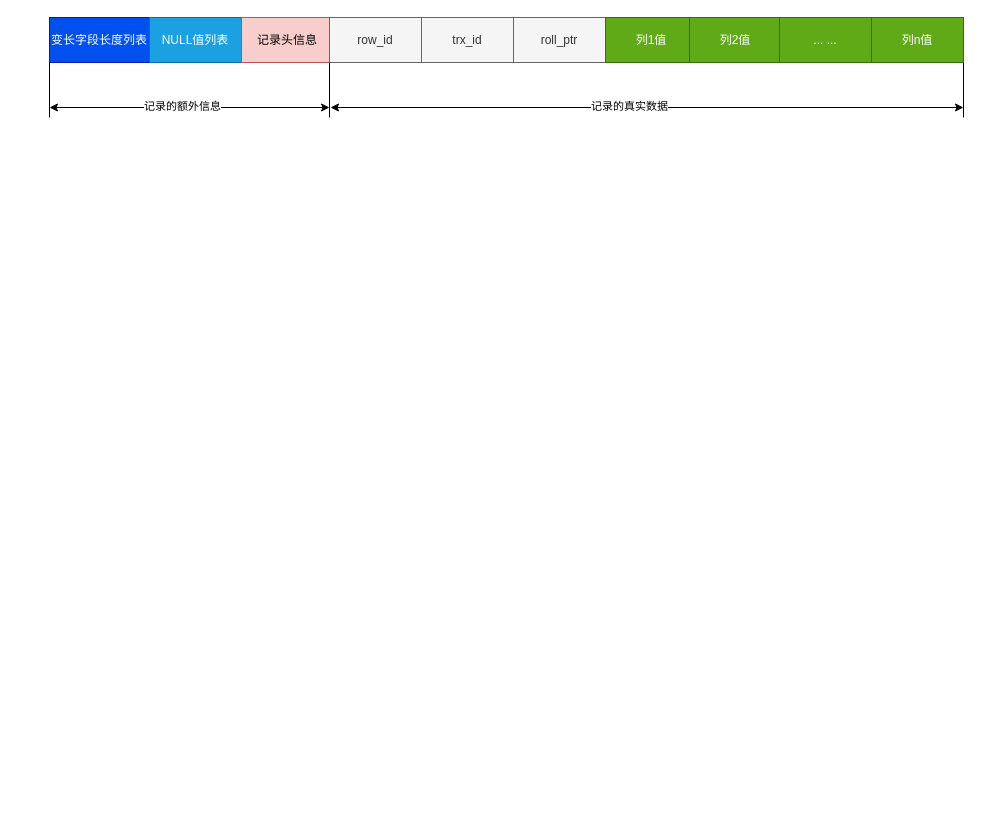
demonran/draw-image keeps this draw.io diagram as Compact行格式.drawio. Above is the earlier version. Source tidied: cells renumbered, new cells numbered last; positions are measured from the earlier drawing's top-left corner, leaving out a move shared by most shapes. Both pictures are drawn from the tidied source at 100%, with x=0, y=0 at pixel (49, 17).
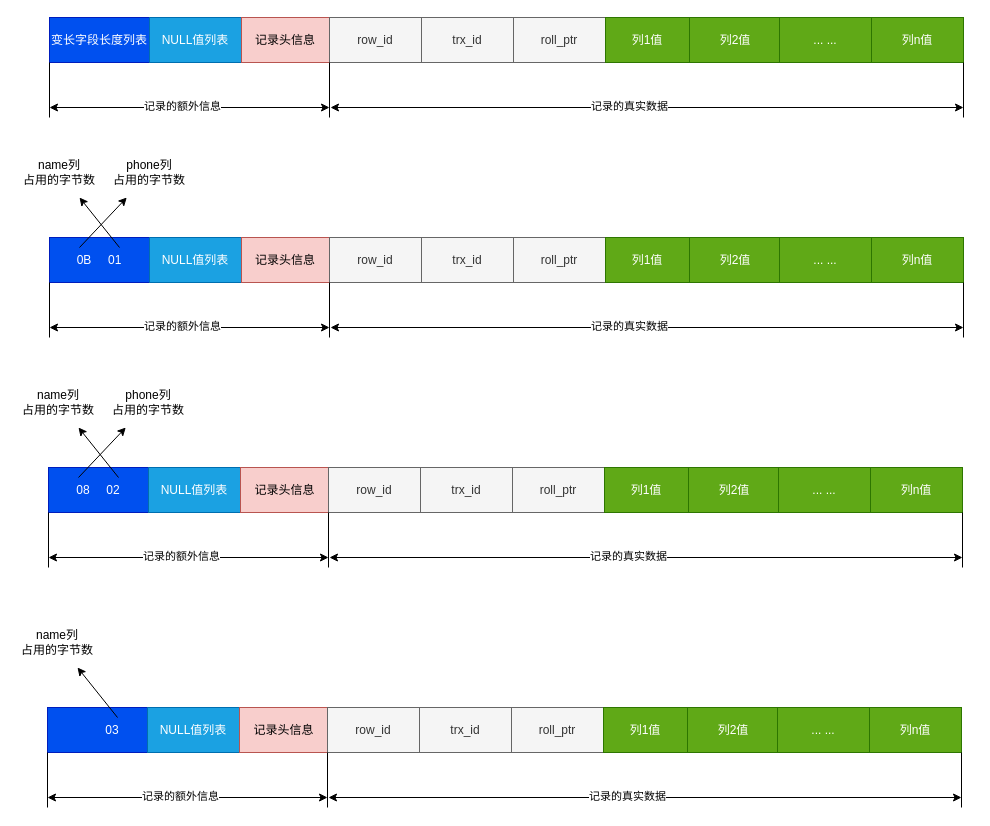
The same page after the edit.

Commit message:
更新Compact行格式.drawio

Change to the diagram source:
```diff
@@
     <mxCell id="4" value="记录头信息" style="rounded=0;whiteSpace=wrap;html=1;fillColor=#f8cecc;strokeColor=#b85450;" parent="1" vertex="1">
-      <mxGeometry x="192" width="92" height="45" as="geometry" />
+      <mxGeometry x="192" width="88" height="45" as="geometry" />
     </mxCell>
@@
     <mxCell id="8" value="列1值" style="rounded=0;whiteSpace=wrap;html=1;fillColor=#60a917;fontColor=#ffffff;strokeColor=#2D7600;" parent="1" vertex="1">
-      <mxGeometry x="556" width="92" height="45" as="geometry" />
+      <mxGeometry x="556" width="84" height="45" as="geometry" />
     </mxCell>
@@
+    <mxCell id="19" value="0B&amp;nbsp; &amp;nbsp; &amp;nbsp;01" style="rounded=0;whiteSpace=wrap;html=1;fillColor=#0050ef;fontColor=#ffffff;strokeColor=#001DBC;" parent="1" vertex="1">
+      <mxGeometry y="220" width="100" height="45" as="geometry" />
+    </mxCell>
+    <mxCell id="20" value="NULL值列表" style="rounded=0;whiteSpace=wrap;html=1;fillColor=#1ba1e2;fontColor=#ffffff;strokeColor=#006EAF;" parent="1" vertex="1">
+      <mxGeometry x="100" y="220" width="92" height="45" as="geometry" />
+    </mxCell>
+    <mxCell id="21" value="记录头信息" style="rounded=0;whiteSpace=wrap;html=1;fillColor=#f8cecc;strokeColor=#b85450;" parent="1" vertex="1">
+      <mxGeometry x="192" y="220" width="88" height="45" as="geometry" />
+    </mxCell>
+    <mxCell id="22" value="row_id" style="rounded=0;whiteSpace=wrap;html=1;fillColor=#f5f5f5;fontColor=#333333;strokeColor=#666666;" parent="1" vertex="1">
+      <mxGeometry x="280" y="220" width="92" height="45" as="geometry" />
+    </mxCell>
+    <mxCell id="23" value="trx_id" style="rounded=0;whiteSpace=wrap;html=1;fillColor=#f5f5f5;fontColor=#333333;strokeColor=#666666;" parent="1" vertex="1">
+      <mxGeometry x="372" y="220" width="92" height="45" as="geometry" />
+    </mxCell>
+    <mxCell id="24" value="roll_ptr" style="rounded=0;whiteSpace=wrap;html=1;fillColor=#f5f5f5;fontColor=#333333;strokeColor=#666666;" parent="1" vertex="1">
+      <mxGeometry x="464" y="220" width="92" height="45" as="geometry" />
+    </mxCell>
+    <mxCell id="25" value="列1值" style="rounded=0;whiteSpace=wrap;html=1;fillColor=#60a917;fontColor=#ffffff;strokeColor=#2D7600;" parent="1" vertex="1">
+      <mxGeometry x="556" y="220" width="84" height="45" as="geometry" />
+    </mxCell>
+    <mxCell id="26" value="列2值" style="rounded=0;whiteSpace=wrap;html=1;fillColor=#60a917;fontColor=#ffffff;strokeColor=#2D7600;" parent="1" vertex="1">
+      <mxGeometry x="640" y="220" width="92" height="45" as="geometry" />
+    </mxCell>
+    <mxCell id="27" value="... ..." style="rounded=0;whiteSpace=wrap;html=1;fillColor=#60a917;fontColor=#ffffff;strokeColor=#2D7600;" parent="1" vertex="1">
+      <mxGeometry x="730" y="220" width="92" height="45" as="geometry" />
+    </mxCell>
+    <mxCell id="28" value="列n值" style="rounded=0;whiteSpace=wrap;html=1;fillColor=#60a917;fontColor=#ffffff;strokeColor=#2D7600;" parent="1" vertex="1">
+      <mxGeometry x="822" y="220" width="92" height="45" as="geometry" />
+    </mxCell>
+    <mxCell id="29" style="endArrow=classic;startArrow=classic;html=1;rounded=0;" parent="1" edge="1">
+      <mxGeometry relative="1" as="geometry">
+        <mxPoint y="310" as="sourcePoint" />
+        <mxPoint x="280" y="310" as="targetPoint" />
+      </mxGeometry>
+    </mxCell>
+    <mxCell id="30" value="记录的额外信息" style="edgeLabel;html=1;align=center;verticalAlign=middle;" parent="29" vertex="1">
+      <mxGeometry x="-0.06" y="2" relative="1" as="geometry" />
+    </mxCell>
+    <mxCell id="31" style="endArrow=none;html=1;rounded=0;entryX=0;entryY=1;entryDx=0;entryDy=0;" parent="1" edge="1" target="19">
+      <mxGeometry relative="1" as="geometry">
+        <mxPoint y="320" as="sourcePoint" />
+      </mxGeometry>
+    </mxCell>
+    <mxCell id="32" style="endArrow=none;html=1;rounded=0;entryX=0;entryY=1;entryDx=0;entryDy=0;" parent="1" edge="1" target="22">
+      <mxGeometry relative="1" as="geometry">
+        <mxPoint x="280" y="320" as="sourcePoint" />
+      </mxGeometry>
+    </mxCell>
+    <mxCell id="33" style="endArrow=none;html=1;rounded=0;entryX=0;entryY=1;entryDx=0;entryDy=0;" parent="1" edge="1">
+      <mxGeometry relative="1" as="geometry">
+        <mxPoint x="914" y="320" as="sourcePoint" />
+        <mxPoint x="914" y="265" as="targetPoint" />
+      </mxGeometry>
+    </mxCell>
+    <mxCell id="34" style="endArrow=classic;startArrow=classic;html=1;rounded=0;" parent="1" edge="1">
+      <mxGeometry relative="1" as="geometry">
+        <mxPoint x="281" y="310" as="sourcePoint" />
+        <mxPoint x="914" y="310" as="targetPoint" />
+      </mxGeometry>
+    </mxCell>
+    <mxCell id="35" value="记录的真实数据" style="edgeLabel;html=1;align=center;verticalAlign=middle;" parent="34" vertex="1">
+      <mxGeometry x="-0.06" y="2" relative="1" as="geometry" />
+    </mxCell>
+    <mxCell id="36" style="endArrow=classic;html=1;rounded=0;entryX=0.5;entryY=1;entryDx=0;entryDy=0;" parent="1" edge="1">
+      <mxGeometry relative="1" as="geometry">
+        <mxPoint x="30" y="230" as="sourcePoint" />
+        <mxPoint x="77.3" y="180" as="targetPoint" />
+      </mxGeometry>
+    </mxCell>
+    <mxCell id="37" value="phone列&lt;br&gt;占用的字节数" style="text;html=1;strokeColor=none;fillColor=none;align=center;verticalAlign=middle;whiteSpace=wrap;rounded=0;" parent="1" vertex="1">
+      <mxGeometry x="60" y="140" width="80" height="30" as="geometry" />
+    </mxCell>
+    <mxCell id="38" style="endArrow=classic;html=1;rounded=0;" parent="1" edge="1">
+      <mxGeometry relative="1" as="geometry">
+        <mxPoint x="70" y="230" as="sourcePoint" />
+        <mxPoint x="30" y="180" as="targetPoint" />
+      </mxGeometry>
+    </mxCell>
+    <mxCell id="39" value="name列&lt;br&gt;占用的字节数" style="text;html=1;strokeColor=none;fillColor=none;align=center;verticalAlign=middle;whiteSpace=wrap;rounded=0;" parent="1" vertex="1">
+      <mxGeometry x="-30" y="140" width="80" height="30" as="geometry" />
+    </mxCell>
+    <mxCell id="40" value="08&amp;nbsp; &amp;nbsp; &amp;nbsp;02" style="rounded=0;whiteSpace=wrap;html=1;fillColor=#0050ef;fontColor=#ffffff;strokeColor=#001DBC;" parent="1" vertex="1">
+      <mxGeometry x="-1" y="450" width="100" height="45" as="geometry" />
+    </mxCell>
+    <mxCell id="41" value="NULL值列表" style="rounded=0;whiteSpace=wrap;html=1;fillColor=#1ba1e2;fontColor=#ffffff;strokeColor=#006EAF;" parent="1" vertex="1">
+      <mxGeometry x="99" y="450" width="92" height="45" as="geometry" />
+    </mxCell>
+    <mxCell id="42" value="记录头信息" style="rounded=0;whiteSpace=wrap;html=1;fillColor=#f8cecc;strokeColor=#b85450;" parent="1" vertex="1">
+      <mxGeometry x="191" y="450" width="89" height="45" as="geometry" />
+    </mxCell>
+    <mxCell id="43" value="row_id" style="rounded=0;whiteSpace=wrap;html=1;fillColor=#f5f5f5;fontColor=#333333;strokeColor=#666666;" parent="1" vertex="1">
+      <mxGeometry x="279" y="450" width="92" height="45" as="geometry" />
+    </mxCell>
+    <mxCell id="44" value="trx_id" style="rounded=0;whiteSpace=wrap;html=1;fillColor=#f5f5f5;fontColor=#333333;strokeColor=#666666;" parent="1" vertex="1">
+      <mxGeometry x="371" y="450" width="92" height="45" as="geometry" />
+    </mxCell>
+    <mxCell id="45" value="roll_ptr" style="rounded=0;whiteSpace=wrap;html=1;fillColor=#f5f5f5;fontColor=#333333;strokeColor=#666666;" parent="1" vertex="1">
+      <mxGeometry x="463" y="450" width="92" height="45" as="geometry" />
+    </mxCell>
+    <mxCell id="46" value="列1值" style="rounded=0;whiteSpace=wrap;html=1;fillColor=#60a917;fontColor=#ffffff;strokeColor=#2D7600;" parent="1" vertex="1">
+      <mxGeometry x="555" y="450" width="84" height="45" as="geometry" />
+    </mxCell>
+    <mxCell id="47" value="列2值" style="rounded=0;whiteSpace=wrap;html=1;fillColor=#60a917;fontColor=#ffffff;strokeColor=#2D7600;" parent="1" vertex="1">
+      <mxGeometry x="639" y="450" width="92" height="45" as="geometry" />
+    </mxCell>
+    <mxCell id="48" value="... ..." style="rounded=0;whiteSpace=wrap;html=1;fillColor=#60a917;fontColor=#ffffff;strokeColor=#2D7600;" parent="1" vertex="1">
+      <mxGeometry x="729" y="450" width="92" height="45" as="geometry" />
+    </mxCell>
+    <mxCell id="49" value="列n值" style="rounded=0;whiteSpace=wrap;html=1;fillColor=#60a917;fontColor=#ffffff;strokeColor=#2D7600;" parent="1" vertex="1">
+      <mxGeometry x="821" y="450" width="92" height="45" as="geometry" />
+    </mxCell>
+    <mxCell id="50" style="endArrow=classic;startArrow=classic;html=1;rounded=0;" parent="1" edge="1">
+      <mxGeometry relative="1" as="geometry">
+        <mxPoint x="-1" y="540" as="sourcePoint" />
+        <mxPoint x="279" y="540" as="targetPoint" />
+      </mxGeometry>
+    </mxCell>
+    <mxCell id="51" value="记录的额外信息" style="edgeLabel;html=1;align=center;verticalAlign=middle;" parent="50" vertex="1">
+      <mxGeometry x="-0.06" y="2" relative="1" as="geometry" />
+    </mxCell>
+    <mxCell id="52" style="endArrow=none;html=1;rounded=0;entryX=0;entryY=1;entryDx=0;entryDy=0;" parent="1" edge="1" target="40">
+      <mxGeometry relative="1" as="geometry">
+        <mxPoint x="-1" y="550" as="sourcePoint" />
+      </mxGeometry>
+    </mxCell>
+    <mxCell id="53" style="endArrow=none;html=1;rounded=0;entryX=0;entryY=1;entryDx=0;entryDy=0;" parent="1" edge="1" target="43">
+      <mxGeometry relative="1" as="geometry">
+        <mxPoint x="279" y="550" as="sourcePoint" />
+      </mxGeometry>
+    </mxCell>
+    <mxCell id="54" style="endArrow=none;html=1;rounded=0;entryX=0;entryY=1;entryDx=0;entryDy=0;" parent="1" edge="1">
+      <mxGeometry relative="1" as="geometry">
+        <mxPoint x="913" y="550" as="sourcePoint" />
+        <mxPoint x="913" y="495" as="targetPoint" />
+      </mxGeometry>
+    </mxCell>
+    <mxCell id="55" style="endArrow=classic;startArrow=classic;html=1;rounded=0;" parent="1" edge="1">
+      <mxGeometry relative="1" as="geometry">
+        <mxPoint x="280" y="540" as="sourcePoint" />
+        <mxPoint x="913" y="540" as="targetPoint" />
+      </mxGeometry>
+    </mxCell>
+    <mxCell id="56" value="记录的真实数据" style="edgeLabel;html=1;align=center;verticalAlign=middle;" parent="55" vertex="1">
+      <mxGeometry x="-0.06" y="2" relative="1" as="geometry" />
+    </mxCell>
+    <mxCell id="57" style="endArrow=classic;html=1;rounded=0;entryX=0.5;entryY=1;entryDx=0;entryDy=0;" parent="1" edge="1">
+      <mxGeometry relative="1" as="geometry">
+        <mxPoint x="29" y="460" as="sourcePoint" />
+        <mxPoint x="76.3" y="410" as="targetPoint" />
+      </mxGeometry>
+    </mxCell>
+    <mxCell id="58" value="phone列&lt;br&gt;占用的字节数" style="text;html=1;strokeColor=none;fillColor=none;align=center;verticalAlign=middle;whiteSpace=wrap;rounded=0;" parent="1" vertex="1">
+      <mxGeometry x="59" y="370" width="80" height="30" as="geometry" />
+    </mxCell>
+    <mxCell id="59" style="endArrow=classic;html=1;rounded=0;" parent="1" edge="1">
+      <mxGeometry relative="1" as="geometry">
+        <mxPoint x="69" y="460" as="sourcePoint" />
+        <mxPoint x="29" y="410" as="targetPoint" />
+      </mxGeometry>
+    </mxCell>
+    <mxCell id="60" value="name列&lt;br&gt;占用的字节数" style="text;html=1;strokeColor=none;fillColor=none;align=center;verticalAlign=middle;whiteSpace=wrap;rounded=0;" parent="1" vertex="1">
+      <mxGeometry x="-31" y="370" width="80" height="30" as="geometry" />
+    </mxCell>
+    <mxCell id="61" value="&amp;nbsp; &amp;nbsp; &amp;nbsp; &amp;nbsp; &amp;nbsp;03" style="rounded=0;whiteSpace=wrap;html=1;fillColor=#0050ef;fontColor=#ffffff;strokeColor=#001DBC;" parent="1" vertex="1">
+      <mxGeometry x="-2" y="690" width="100" height="45" as="geometry" />
+    </mxCell>
+    <mxCell id="62" value="NULL值列表" style="rounded=0;whiteSpace=wrap;html=1;fillColor=#1ba1e2;fontColor=#ffffff;strokeColor=#006EAF;" parent="1" vertex="1">
+      <mxGeometry x="98" y="690" width="92" height="45" as="geometry" />
+    </mxCell>
+    <mxCell id="63" value="记录头信息" style="rounded=0;whiteSpace=wrap;html=1;fillColor=#f8cecc;strokeColor=#b85450;" parent="1" vertex="1">
+      <mxGeometry x="190" y="690" width="89" height="45" as="geometry" />
+    </mxCell>
+    <mxCell id="64" value="row_id" style="rounded=0;whiteSpace=wrap;html=1;fillColor=#f5f5f5;fontColor=#333333;strokeColor=#666666;" parent="1" vertex="1">
+      <mxGeometry x="278" y="690" width="92" height="45" as="geometry" />
+    </mxCell>
+    <mxCell id="65" value="trx_id" style="rounded=0;whiteSpace=wrap;html=1;fillColor=#f5f5f5;fontColor=#333333;strokeColor=#666666;" parent="1" vertex="1">
+      <mxGeometry x="370" y="690" width="92" height="45" as="geometry" />
+    </mxCell>
+    <mxCell id="66" value="roll_ptr" style="rounded=0;whiteSpace=wrap;html=1;fillColor=#f5f5f5;fontColor=#333333;strokeColor=#666666;" parent="1" vertex="1">
+      <mxGeometry x="462" y="690" width="92" height="45" as="geometry" />
+    </mxCell>
+    <mxCell id="67" value="列1值" style="rounded=0;whiteSpace=wrap;html=1;fillColor=#60a917;fontColor=#ffffff;strokeColor=#2D7600;" parent="1" vertex="1">
+      <mxGeometry x="554" y="690" width="84" height="45" as="geometry" />
+    </mxCell>
+    <mxCell id="68" value="列2值" style="rounded=0;whiteSpace=wrap;html=1;fillColor=#60a917;fontColor=#ffffff;strokeColor=#2D7600;" parent="1" vertex="1">
+      <mxGeometry x="638" y="690" width="92" height="45" as="geometry" />
+    </mxCell>
+    <mxCell id="69" value="... ..." style="rounded=0;whiteSpace=wrap;html=1;fillColor=#60a917;fontColor=#ffffff;strokeColor=#2D7600;" parent="1" vertex="1">
+      <mxGeometry x="728" y="690" width="92" height="45" as="geometry" />
+    </mxCell>
+    <mxCell id="70" value="列n值" style="rounded=0;whiteSpace=wrap;html=1;fillColor=#60a917;fontColor=#ffffff;strokeColor=#2D7600;" parent="1" vertex="1">
+      <mxGeometry x="820" y="690" width="92" height="45" as="geometry" />
+    </mxCell>
+    <mxCell id="71" style="endArrow=classic;startArrow=classic;html=1;rounded=0;" parent="1" edge="1">
+      <mxGeometry relative="1" as="geometry">
+        <mxPoint x="-2" y="780" as="sourcePoint" />
+        <mxPoint x="278" y="780" as="targetPoint" />
+      </mxGeometry>
+    </mxCell>
+    <mxCell id="72" value="记录的额外信息" style="edgeLabel;html=1;align=center;verticalAlign=middle;" parent="71" vertex="1">
+      <mxGeometry x="-0.06" y="2" relative="1" as="geometry" />
+    </mxCell>
+    <mxCell id="73" style="endArrow=none;html=1;rounded=0;entryX=0;entryY=1;entryDx=0;entryDy=0;" parent="1" edge="1" target="61">
+      <mxGeometry relative="1" as="geometry">
+        <mxPoint x="-2" y="790" as="sourcePoint" />
+      </mxGeometry>
+    </mxCell>
+    <mxCell id="74" style="endArrow=none;html=1;rounded=0;entryX=0;entryY=1;entryDx=0;entryDy=0;" parent="1" edge="1" target="64">
+      <mxGeometry relative="1" as="geometry">
+        <mxPoint x="278" y="790" as="sourcePoint" />
+      </mxGeometry>
+    </mxCell>
+    <mxCell id="75" style="endArrow=none;html=1;rounded=0;entryX=0;entryY=1;entryDx=0;entryDy=0;" parent="1" edge="1">
+      <mxGeometry relative="1" as="geometry">
+        <mxPoint x="912" y="790" as="sourcePoint" />
+        <mxPoint x="912" y="735" as="targetPoint" />
+      </mxGeometry>
+    </mxCell>
+    <mxCell id="76" style="endArrow=classic;startArrow=classic;html=1;rounded=0;" parent="1" edge="1">
+      <mxGeometry relative="1" as="geometry">
+        <mxPoint x="279" y="780" as="sourcePoint" />
+        <mxPoint x="912" y="780" as="targetPoint" />
+      </mxGeometry>
+    </mxCell>
+    <mxCell id="77" value="记录的真实数据" style="edgeLabel;html=1;align=center;verticalAlign=middle;" parent="76" vertex="1">
+      <mxGeometry x="-0.06" y="2" relative="1" as="geometry" />
+    </mxCell>
+    <mxCell id="78" style="endArrow=classic;html=1;rounded=0;" parent="1" edge="1">
+      <mxGeometry relative="1" as="geometry">
+        <mxPoint x="68" y="700" as="sourcePoint" />
+        <mxPoint x="28" y="650" as="targetPoint" />
+      </mxGeometry>
+    </mxCell>
+    <mxCell id="79" value="name列&lt;br&gt;占用的字节数" style="text;html=1;strokeColor=none;fillColor=none;align=center;verticalAlign=middle;whiteSpace=wrap;rounded=0;" parent="1" vertex="1">
+      <mxGeometry x="-32" y="610" width="80" height="30" as="geometry" />
+    </mxCell>
```
